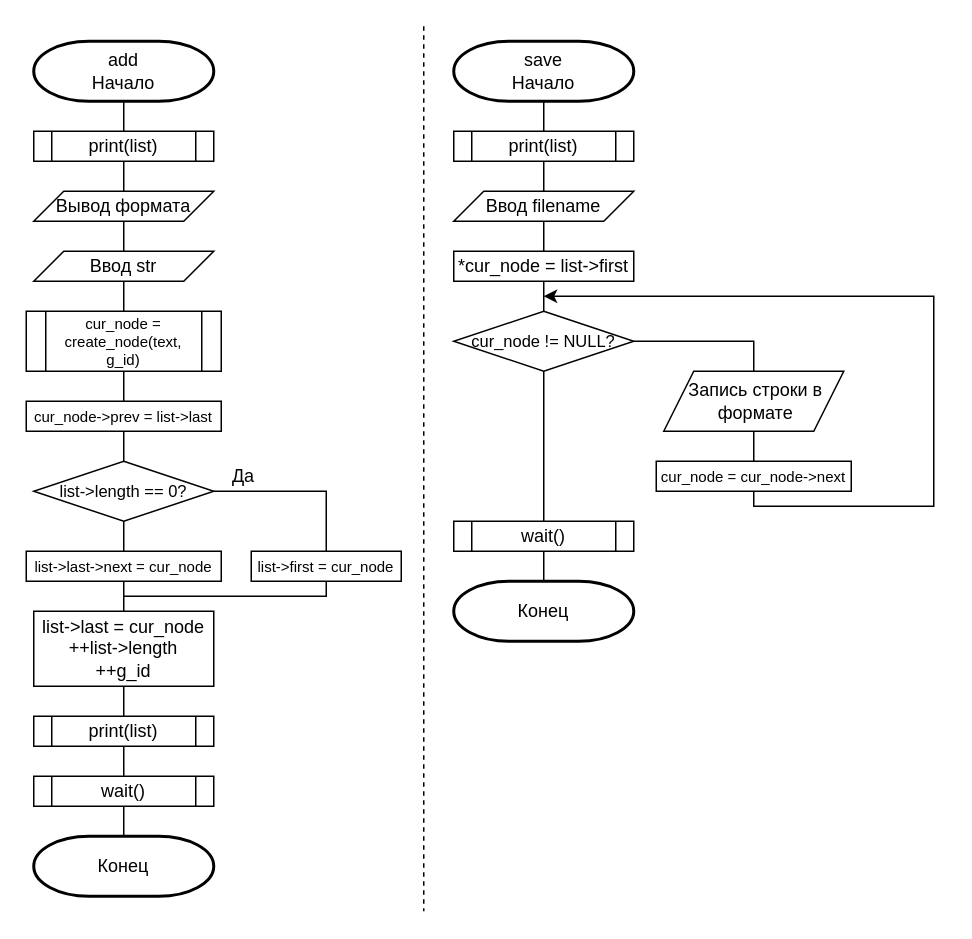
The draw.io diagram page "add+save(2)" (9 of 11) of images/Схема алгоритма.drawio in DexTver/course_work_sql, before the edit. Source tidied: cells renumbered, new cells numbered last; positions are measured from the earlier drawing's top-left corner, leaving out a move shared by most shapes. Both pictures are drawn from the tidied source at 150%, with x=0, y=0 at pixel (26, 26).
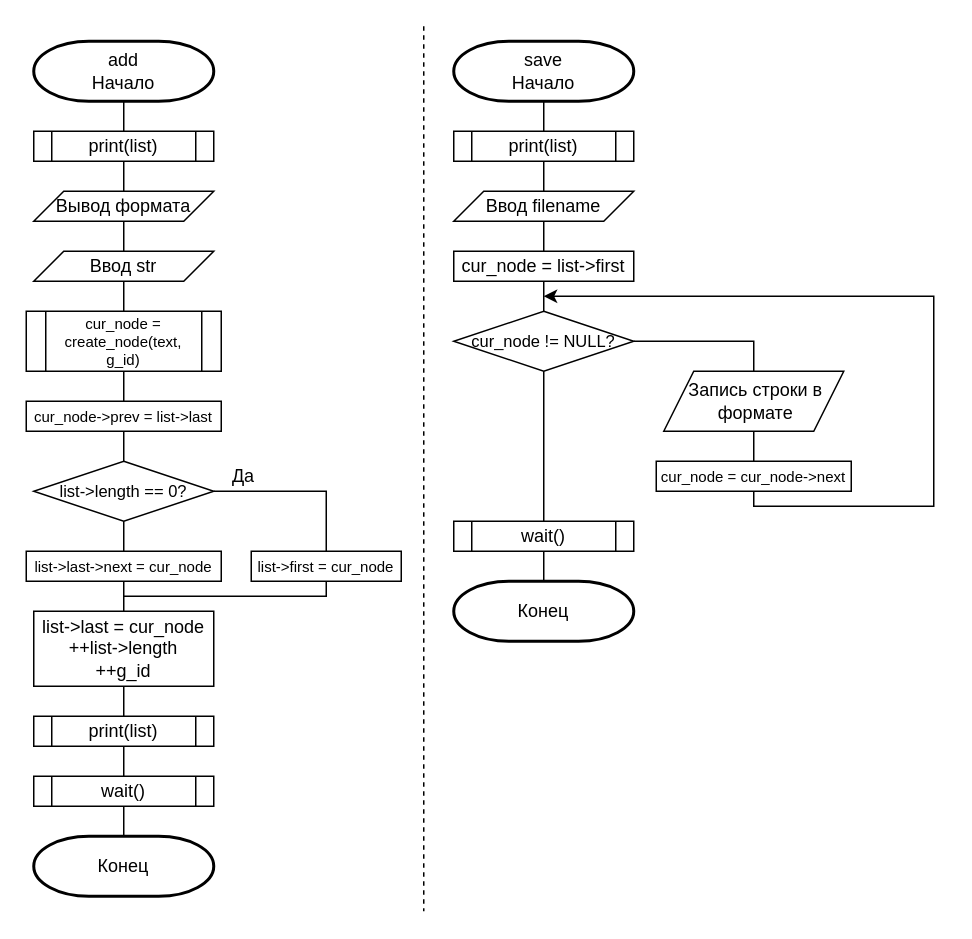
After the change.

Change to the diagram source:
```diff
@@
-    <mxCell id="32" value="*cur_node = list-&amp;gt;first" style="rounded=0;whiteSpace=wrap;html=1;" parent="1" vertex="1">
+    <mxCell id="32" value="cur_node = list-&amp;gt;first" style="rounded=0;whiteSpace=wrap;html=1;" parent="1" vertex="1">
       <mxGeometry x="285" y="150" width="120" height="20" as="geometry" />
     </mxCell>
```
